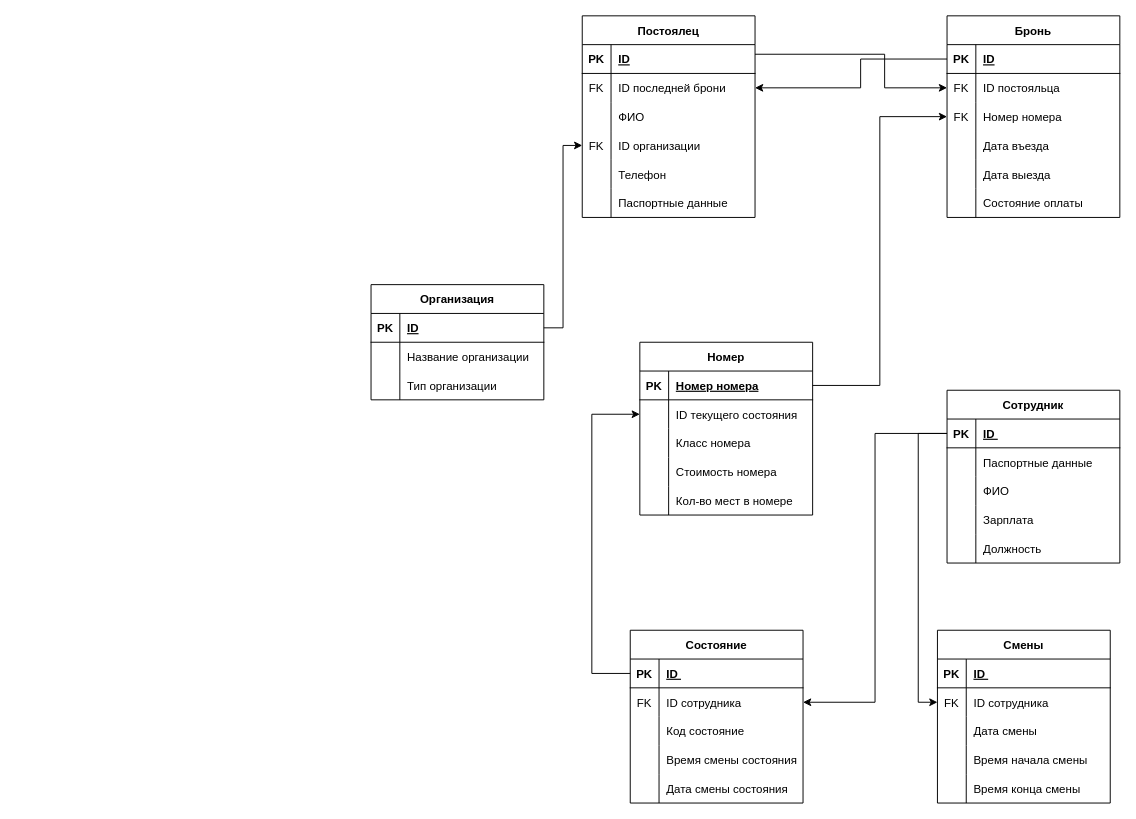
The draw.io diagram page "ER модель RU" (1 of 3) of Kostylev_Hostel.drawio in Haxersociety/DataBase_Hostel, before the edit. Source tidied: cells renumbered, new cells numbered last; positions are measured from the earlier drawing's top-left corner, leaving out a move shared by most shapes. Both pictures are drawn from the tidied source at 96%, with x=0, y=0 at pixel (371, 15).
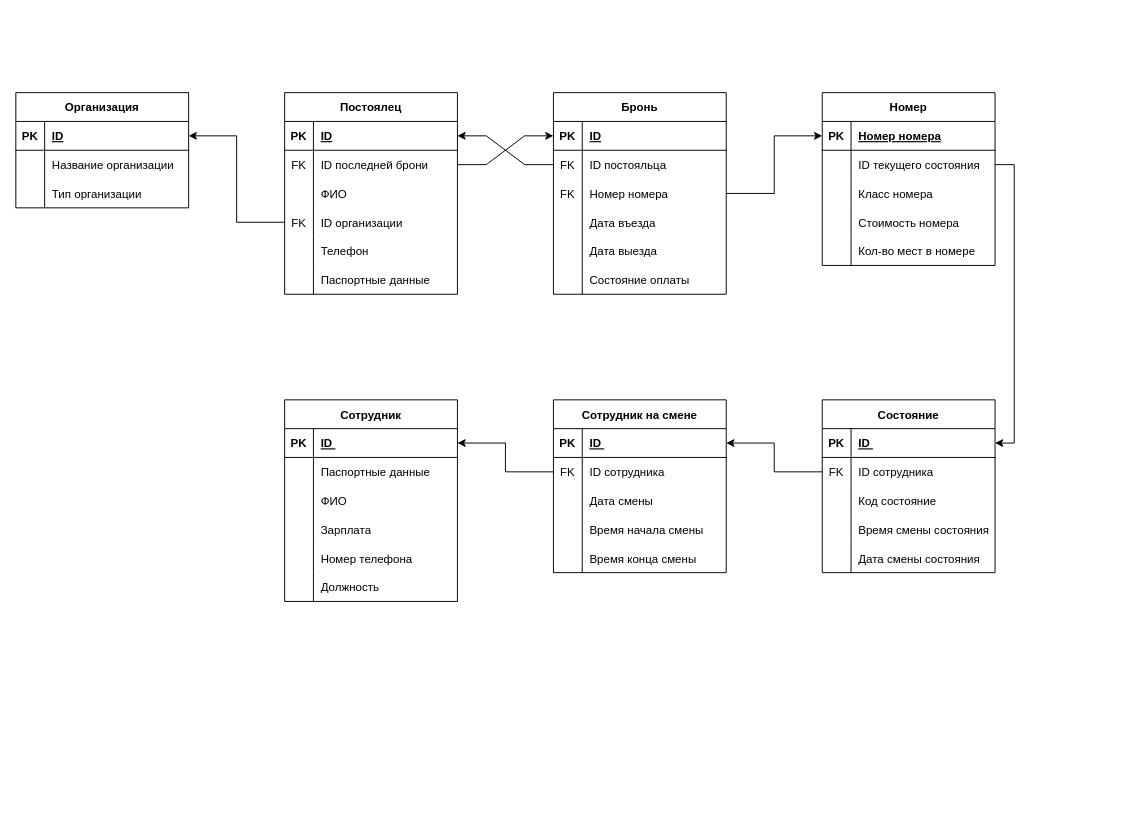
Above is the later version.

Unchanged cells that the change refers to:
```xml
<mxCell id="3" style="shape=tableRow;horizontal=0;startSize=0;swimlaneHead=0;swimlaneBody=0;fillColor=none;points=[[0,0.5],[1,0.5]];portConstraint=eastwest;top=0;left=0;right=0;bottom=1;" parent="2" vertex="1">
  <mxGeometry y="30" width="180" height="30" as="geometry" />
</mxCell>
<mxCell id="6" style="shape=tableRow;horizontal=0;startSize=0;swimlaneHead=0;swimlaneBody=0;fillColor=none;points=[[0,0.5],[1,0.5]];portConstraint=eastwest;top=0;left=0;right=0;bottom=0;" parent="2" vertex="1">
  <mxGeometry y="60" width="180" height="30" as="geometry" />
</mxCell>
<mxCell id="12" style="shape=tableRow;horizontal=0;startSize=0;swimlaneHead=0;swimlaneBody=0;fillColor=none;points=[[0,0.5],[1,0.5]];portConstraint=eastwest;top=0;left=0;right=0;bottom=0;" parent="2" vertex="1">
  <mxGeometry y="120" width="180" height="30" as="geometry" />
</mxCell>
<mxCell id="22" style="shape=tableRow;horizontal=0;startSize=0;swimlaneHead=0;swimlaneBody=0;fillColor=none;points=[[0,0.5],[1,0.5]];portConstraint=eastwest;top=0;left=0;right=0;bottom=1;" parent="21" vertex="1">
  <mxGeometry y="30" width="180" height="30" as="geometry" />
</mxCell>
<mxCell id="25" style="shape=tableRow;horizontal=0;startSize=0;swimlaneHead=0;swimlaneBody=0;fillColor=none;points=[[0,0.5],[1,0.5]];portConstraint=eastwest;top=0;left=0;right=0;bottom=0;" parent="21" vertex="1">
  <mxGeometry y="60" width="180" height="30" as="geometry" />
</mxCell>
<mxCell id="38" style="shape=tableRow;horizontal=0;startSize=0;swimlaneHead=0;swimlaneBody=0;fillColor=none;points=[[0,0.5],[1,0.5]];portConstraint=eastwest;top=0;left=0;right=0;bottom=1;" parent="37" vertex="1">
  <mxGeometry y="30" width="180" height="30" as="geometry" />
</mxCell>
<mxCell id="41" style="shape=tableRow;horizontal=0;startSize=0;swimlaneHead=0;swimlaneBody=0;fillColor=none;points=[[0,0.5],[1,0.5]];portConstraint=eastwest;top=0;left=0;right=0;bottom=0;" parent="37" vertex="1">
  <mxGeometry y="60" width="180" height="30" as="geometry" />
</mxCell>
<mxCell id="44" style="shape=tableRow;horizontal=0;startSize=0;swimlaneHead=0;swimlaneBody=0;fillColor=none;points=[[0,0.5],[1,0.5]];portConstraint=eastwest;top=0;left=0;right=0;bottom=0;" parent="37" vertex="1">
  <mxGeometry y="90" width="180" height="30" as="geometry" />
</mxCell>
<mxCell id="57" style="shape=tableRow;horizontal=0;startSize=0;swimlaneHead=0;swimlaneBody=0;fillColor=none;points=[[0,0.5],[1,0.5]];portConstraint=eastwest;top=0;left=0;right=0;bottom=1;" parent="56" vertex="1">
  <mxGeometry y="30" width="180" height="30" as="geometry" />
</mxCell>
<mxCell id="71" style="shape=tableRow;horizontal=0;startSize=0;swimlaneHead=0;swimlaneBody=0;fillColor=none;points=[[0,0.5],[1,0.5]];portConstraint=eastwest;top=0;left=0;right=0;bottom=1;" parent="70" vertex="1">
  <mxGeometry y="30" width="180" height="30" as="geometry" />
</mxCell>
<mxCell id="87" style="shape=tableRow;horizontal=0;startSize=0;swimlaneHead=0;swimlaneBody=0;fillColor=none;points=[[0,0.5],[1,0.5]];portConstraint=eastwest;top=0;left=0;right=0;bottom=1;" parent="86" vertex="1">
  <mxGeometry y="30" width="180" height="30" as="geometry" />
</mxCell>
<mxCell id="90" style="shape=tableRow;horizontal=0;startSize=0;swimlaneHead=0;swimlaneBody=0;fillColor=none;points=[[0,0.5],[1,0.5]];portConstraint=eastwest;top=0;left=0;right=0;bottom=0;" parent="86" vertex="1">
  <mxGeometry y="60" width="180" height="30" as="geometry" />
</mxCell>
<mxCell id="104" style="shape=tableRow;horizontal=0;startSize=0;swimlaneHead=0;swimlaneBody=0;fillColor=none;points=[[0,0.5],[1,0.5]];portConstraint=eastwest;top=0;left=0;right=0;bottom=1;" parent="103" vertex="1">
  <mxGeometry y="30" width="180" height="30" as="geometry" />
</mxCell>
<mxCell id="107" style="shape=tableRow;horizontal=0;startSize=0;swimlaneHead=0;swimlaneBody=0;fillColor=none;points=[[0,0.5],[1,0.5]];portConstraint=eastwest;top=0;left=0;right=0;bottom=0;" parent="103" vertex="1">
  <mxGeometry y="60" width="180" height="30" as="geometry" />
</mxCell>
```

Change to the diagram source:
```diff
@@
     <mxCell id="2" value="Постоялец" style="shape=table;startSize=30;childLayout=tableLayout;rowLines=0;fontStyle=1;align=center;" parent="1" vertex="1">
-      <mxGeometry x="220" width="180" height="210" as="geometry" />
+      <mxGeometry x="-90" y="80" width="180" height="210" as="geometry" />
     </mxCell>
@@
     <mxCell id="21" value="Номер" style="shape=table;startSize=30;childLayout=tableLayout;rowLines=0;fontStyle=1;align=center;" parent="1" vertex="1">
-      <mxGeometry x="280" y="340" width="180" height="180" as="geometry" />
+      <mxGeometry x="470" y="80" width="180" height="180" as="geometry" />
     </mxCell>
@@
     <mxCell id="37" value="Бронь" style="shape=table;startSize=30;childLayout=tableLayout;rowLines=0;fontStyle=1;align=center;" parent="1" vertex="1">
-      <mxGeometry x="600" width="180" height="210" as="geometry" />
+      <mxGeometry x="190" y="80" width="180" height="210" as="geometry" />
     </mxCell>
@@
     <mxCell id="56" value="Организация" style="shape=table;startSize=30;childLayout=tableLayout;rowLines=0;fontStyle=1;align=center;" parent="1" vertex="1">
-      <mxGeometry y="280" width="180" height="120" as="geometry" />
+      <mxGeometry x="-370" y="80" width="180" height="120" as="geometry" />
     </mxCell>
@@
-    <mxCell id="66" style="edgeStyle=orthogonalEdgeStyle;rounded=0;jettySize=auto;html=1;entryX=0;entryY=0.5;entryDx=0;entryDy=0;" parent="1" edge="1" source="3" target="41">
-      <mxGeometry relative="1" as="geometry">
-        <Array as="points">
-          <mxPoint x="535" y="40" />
-          <mxPoint x="535" y="75" />
-        </Array>
-      </mxGeometry>
-    </mxCell>
-    <mxCell id="67" style="edgeStyle=orthogonalEdgeStyle;rounded=0;jettySize=auto;html=1;" parent="1" edge="1" source="22" target="44">
-      <mxGeometry relative="1" as="geometry" />
-    </mxCell>
-    <mxCell id="68" style="edgeStyle=orthogonalEdgeStyle;rounded=0;jettySize=auto;html=1;entryX=1;entryY=0.5;entryDx=0;entryDy=0;" parent="1" edge="1" source="38" target="6">
-      <mxGeometry relative="1" as="geometry">
-        <Array as="points">
-          <mxPoint x="510" y="45" />
-          <mxPoint x="510" y="75" />
-        </Array>
-      </mxGeometry>
-    </mxCell>
-    <mxCell id="69" style="edgeStyle=orthogonalEdgeStyle;rounded=0;jettySize=auto;html=1;entryX=0;entryY=0.5;entryDx=0;entryDy=0;" parent="1" edge="1" source="57" target="12">
-      <mxGeometry relative="1" as="geometry" />
-    </mxCell>
     <mxCell id="70" value="Сотрудник" style="shape=table;startSize=30;childLayout=tableLayout;rowLines=0;fontStyle=1;align=center;" parent="1" vertex="1">
-      <mxGeometry x="600" y="390" width="180" height="180" as="geometry" />
+      <mxGeometry x="-90" y="400" width="180" height="210" as="geometry" />
     </mxCell>
@@
+    <mxCell id="121" style="shape=tableRow;horizontal=0;startSize=0;swimlaneHead=0;swimlaneBody=0;fillColor=none;top=0;left=0;right=0;bottom=0;" parent="70" vertex="1">
+      <mxGeometry y="150" width="180" height="30" as="geometry" />
+    </mxCell>
+    <mxCell id="122" style="shape=partialRectangle;fillColor=none;top=0;left=0;bottom=0;right=0;overflow=hidden;" parent="121" vertex="1">
+      <mxGeometry width="30" height="30" as="geometry" />
+    </mxCell>
+    <mxCell id="123" value="Номер телефона" style="shape=partialRectangle;fillColor=none;top=0;left=0;bottom=0;right=0;align=left;spacingLeft=6;overflow=hidden;" parent="121" vertex="1">
+      <mxGeometry x="30" width="150" height="30" as="geometry" />
+    </mxCell>
     <mxCell id="83" style="shape=tableRow;horizontal=0;startSize=0;swimlaneHead=0;swimlaneBody=0;fillColor=none;top=0;left=0;right=0;bottom=0;" parent="70" vertex="1">
-      <mxGeometry y="150" width="180" height="30" as="geometry" />
+      <mxGeometry y="180" width="180" height="30" as="geometry" />
     </mxCell>
@@
-    <mxCell id="86" value="Смены" style="shape=table;startSize=30;childLayout=tableLayout;rowLines=0;fontStyle=1;align=center;" parent="1" vertex="1">
-      <mxGeometry x="590" y="640" width="180" height="180" as="geometry" />
+    <mxCell id="86" value="Сотрудник на смене" style="shape=table;startSize=30;childLayout=tableLayout;rowLines=0;fontStyle=1;align=center;" parent="1" vertex="1">
+      <mxGeometry x="190" y="400" width="180" height="180" as="geometry" />
     </mxCell>
@@
-    <mxCell id="102" style="edgeStyle=orthogonalEdgeStyle;rounded=0;jettySize=auto;html=1;entryX=0;entryY=0.5;entryDx=0;entryDy=0;" parent="1" edge="1" source="71" target="90">
-      <mxGeometry relative="1" as="geometry" />
-    </mxCell>
     <mxCell id="103" value="Состояние" style="shape=table;startSize=30;childLayout=tableLayout;rowLines=0;fontStyle=1;align=center;" parent="1" vertex="1">
-      <mxGeometry x="270" y="640" width="180" height="180" as="geometry" />
+      <mxGeometry x="470" y="400" width="180" height="180" as="geometry" />
     </mxCell>
@@
-    <mxCell id="119" style="edgeStyle=orthogonalEdgeStyle;rounded=0;jettySize=auto;html=1;entryX=1;entryY=0.5;entryDx=0;entryDy=0;startArrow=none;startFill=0;endArrow=classic;endFill=1;" parent="1" edge="1" source="71" target="107">
-      <mxGeometry relative="1" as="geometry" />
-    </mxCell>
-    <mxCell id="120" style="edgeStyle=orthogonalEdgeStyle;rounded=0;jettySize=auto;html=1;entryX=0;entryY=0.5;entryDx=0;entryDy=0;startArrow=none;startFill=0;endArrow=classic;endFill=1;exitX=0;exitY=0.5;exitDx=0;exitDy=0;" parent="1" edge="1" source="104" target="25">
-      <mxGeometry relative="1" as="geometry">
-        <Array as="points">
-          <mxPoint x="230" y="685" />
-          <mxPoint x="230" y="415" />
-        </Array>
-      </mxGeometry>
-    </mxCell>
+    <mxCell id="124" style="edgeStyle=orthogonalEdgeStyle;rounded=0;jettySize=auto;html=1;entryX=1;entryY=0.5;entryDx=0;entryDy=0;" parent="1" edge="1" source="12" target="57">
+      <mxGeometry relative="1" as="geometry" />
+    </mxCell>
+    <mxCell id="125" style="edgeStyle=entityRelationEdgeStyle;rounded=0;jettySize=auto;html=1;entryX=1;entryY=0.5;entryDx=0;entryDy=0;" parent="1" edge="1" source="41" target="3">
+      <mxGeometry relative="1" as="geometry" />
+    </mxCell>
+    <mxCell id="126" style="edgeStyle=entityRelationEdgeStyle;rounded=0;jettySize=auto;html=1;entryX=0;entryY=0.5;entryDx=0;entryDy=0;elbow=vertical;" parent="1" edge="1" source="6" target="38">
+      <mxGeometry relative="1" as="geometry" />
+    </mxCell>
+    <mxCell id="127" style="edgeStyle=orthogonalEdgeStyle;rounded=0;jettySize=auto;html=1;entryX=0;entryY=0.5;entryDx=0;entryDy=0;elbow=vertical;" parent="1" edge="1" source="44" target="22">
+      <mxGeometry relative="1" as="geometry" />
+    </mxCell>
+    <mxCell id="128" style="edgeStyle=orthogonalEdgeStyle;rounded=0;jettySize=auto;html=1;entryX=1;entryY=0.5;entryDx=0;entryDy=0;elbow=vertical;exitX=1;exitY=0.5;exitDx=0;exitDy=0;" parent="1" edge="1" source="25" target="104">
+      <mxGeometry relative="1" as="geometry" />
+    </mxCell>
+    <mxCell id="129" style="edgeStyle=orthogonalEdgeStyle;rounded=0;jettySize=auto;html=1;elbow=vertical;" parent="1" edge="1" source="107" target="87">
+      <mxGeometry relative="1" as="geometry" />
+    </mxCell>
+    <mxCell id="130" style="edgeStyle=orthogonalEdgeStyle;rounded=0;jettySize=auto;html=1;entryX=1;entryY=0.5;entryDx=0;entryDy=0;elbow=vertical;" parent="1" edge="1" source="90" target="71">
+      <mxGeometry relative="1" as="geometry" />
+    </mxCell>
```
